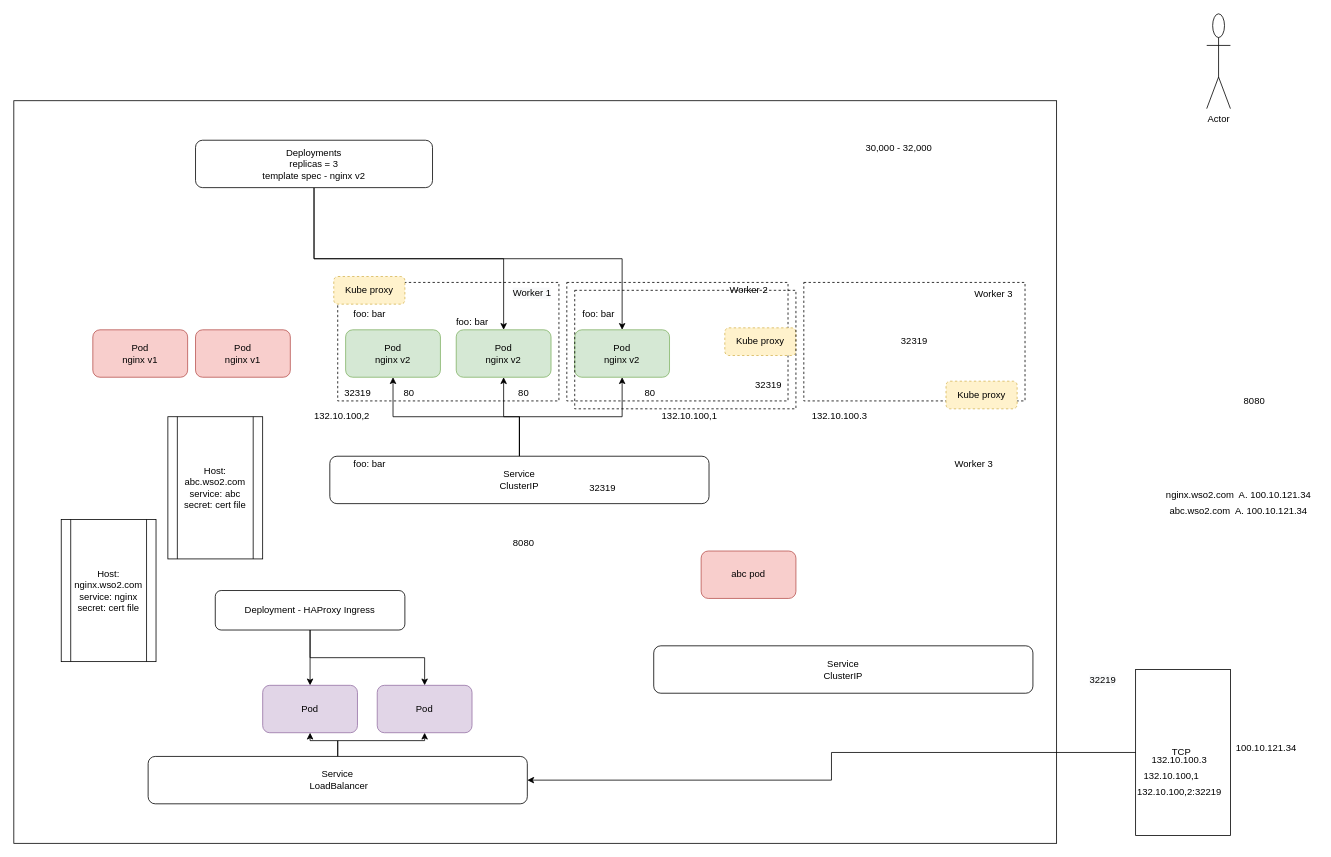
Earlier version of the draw.io diagram page "Page-1" (1 of 2) of Diagram.drawio (nilesh93/wso2-k8s-training). Source tidied: cells renumbered, new cells numbered last; positions are measured from the earlier drawing's top-left corner, leaving out a move shared by most shapes. Both pictures are drawn from the tidied source at 79%, with x=0, y=0 at pixel (13, 13).
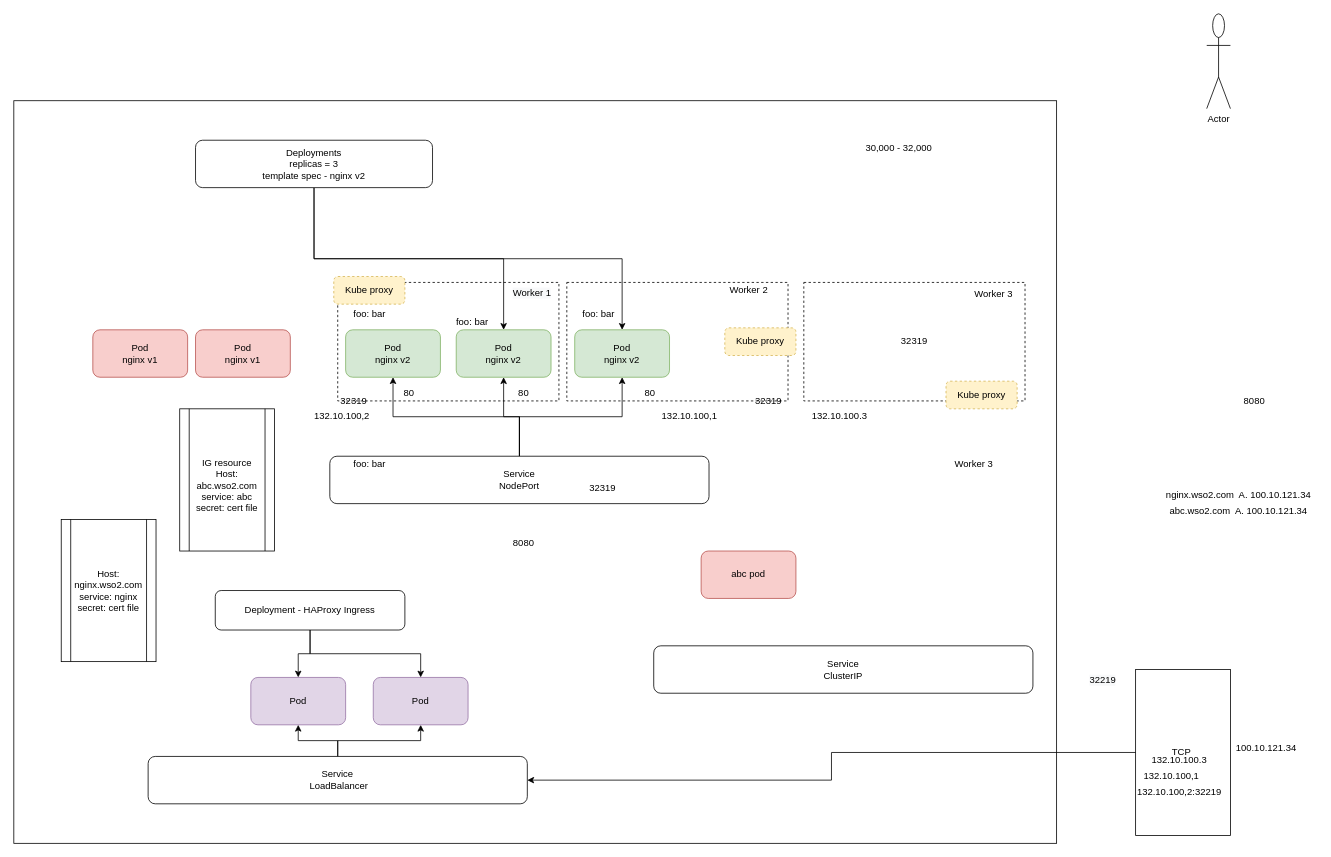
Above is the later version.

What changed in the source:
```diff
@@
-    <mxCell id="17" value="Service&lt;br&gt;ClusterIP" style="rounded=1;whiteSpace=wrap;html=1;" parent="1" vertex="1">
+    <mxCell id="17" value="Service&lt;br&gt;NodePort" style="rounded=1;whiteSpace=wrap;html=1;" parent="1" vertex="1">
       <mxGeometry x="400" y="560" width="480" height="60" as="geometry" />
     </mxCell>
@@
     <mxCell id="32" value="32319" style="text;html=1;align=center;verticalAlign=middle;strokeColor=none;fillColor=none;" parent="1" vertex="1">
-      <mxGeometry x="930" y="460" width="50" height="20" as="geometry" />
+      <mxGeometry x="930" y="480" width="50" height="20" as="geometry" />
     </mxCell>
     <mxCell id="33" value="32319" style="text;html=1;align=center;verticalAlign=middle;strokeColor=none;fillColor=none;" parent="1" vertex="1">
-      <mxGeometry x="410" y="470" width="50" height="20" as="geometry" />
+      <mxGeometry x="405" y="480" width="50" height="20" as="geometry" />
     </mxCell>
@@
     <mxCell id="45" value="Pod" style="rounded=1;whiteSpace=wrap;html=1;fillColor=#e1d5e7;strokeColor=#9673a6;" parent="1" vertex="1">
-      <mxGeometry x="315" y="850" width="120" height="60" as="geometry" />
+      <mxGeometry x="300" y="840" width="120" height="60" as="geometry" />
     </mxCell>
@@
     <mxCell id="50" value="Pod" style="rounded=1;whiteSpace=wrap;html=1;fillColor=#e1d5e7;strokeColor=#9673a6;" parent="1" vertex="1">
-      <mxGeometry x="460" y="850" width="120" height="60" as="geometry" />
+      <mxGeometry x="455" y="840" width="120" height="60" as="geometry" />
     </mxCell>
@@
-    <mxCell id="60" style="rounded=0;whiteSpace=wrap;html=1;fillColor=none;dashed=1;" parent="1" vertex="1">
-      <mxGeometry x="710" y="350" width="280" height="150" as="geometry" />
-    </mxCell>
@@
-    <mxCell id="63" value="Host: abc.wso2.com&lt;br&gt;service: abc&lt;br&gt;secret: cert file" style="shape=process;whiteSpace=wrap;html=1;backgroundOutline=1;fillColor=none;" parent="1" vertex="1">
-      <mxGeometry x="195" y="510" width="120" height="180" as="geometry" />
+    <mxCell id="63" value="&lt;br&gt;IG resource&lt;br&gt;Host: abc.wso2.com&lt;br&gt;service: abc&lt;br&gt;secret: cert file" style="shape=process;whiteSpace=wrap;html=1;backgroundOutline=1;fillColor=none;" parent="1" vertex="1">
+      <mxGeometry x="210" y="500" width="120" height="180" as="geometry" />
     </mxCell>
```
